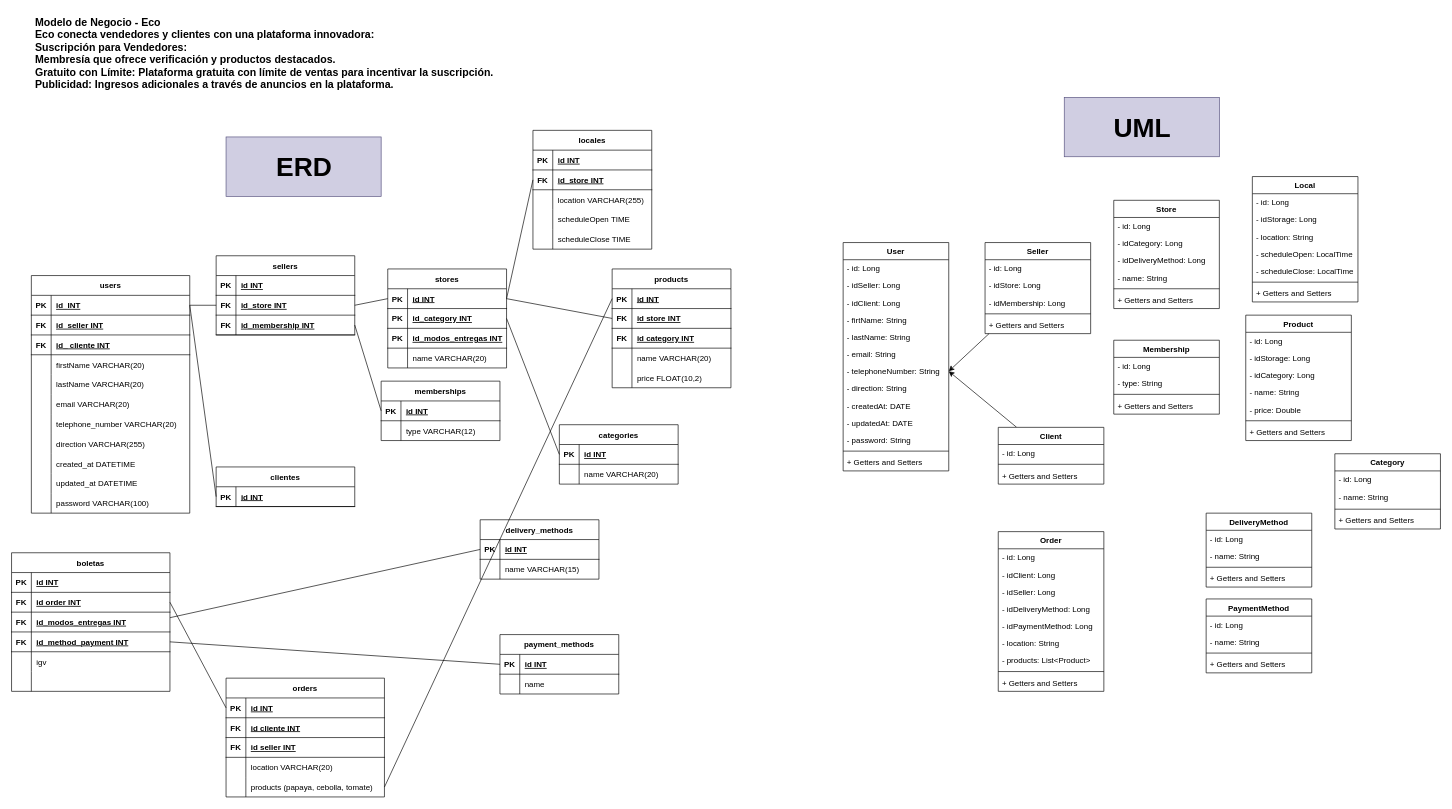
m1gu3l-d3v/marketplace keeps this draw.io diagram as Main.drawio. Above is the earlier version. Source tidied: cells renumbered, new cells numbered last; positions are measured from the earlier drawing's top-left corner, leaving out a move shared by most shapes. Both pictures are drawn from the tidied source at 66%, with x=0, y=0 at pixel (11, 11).
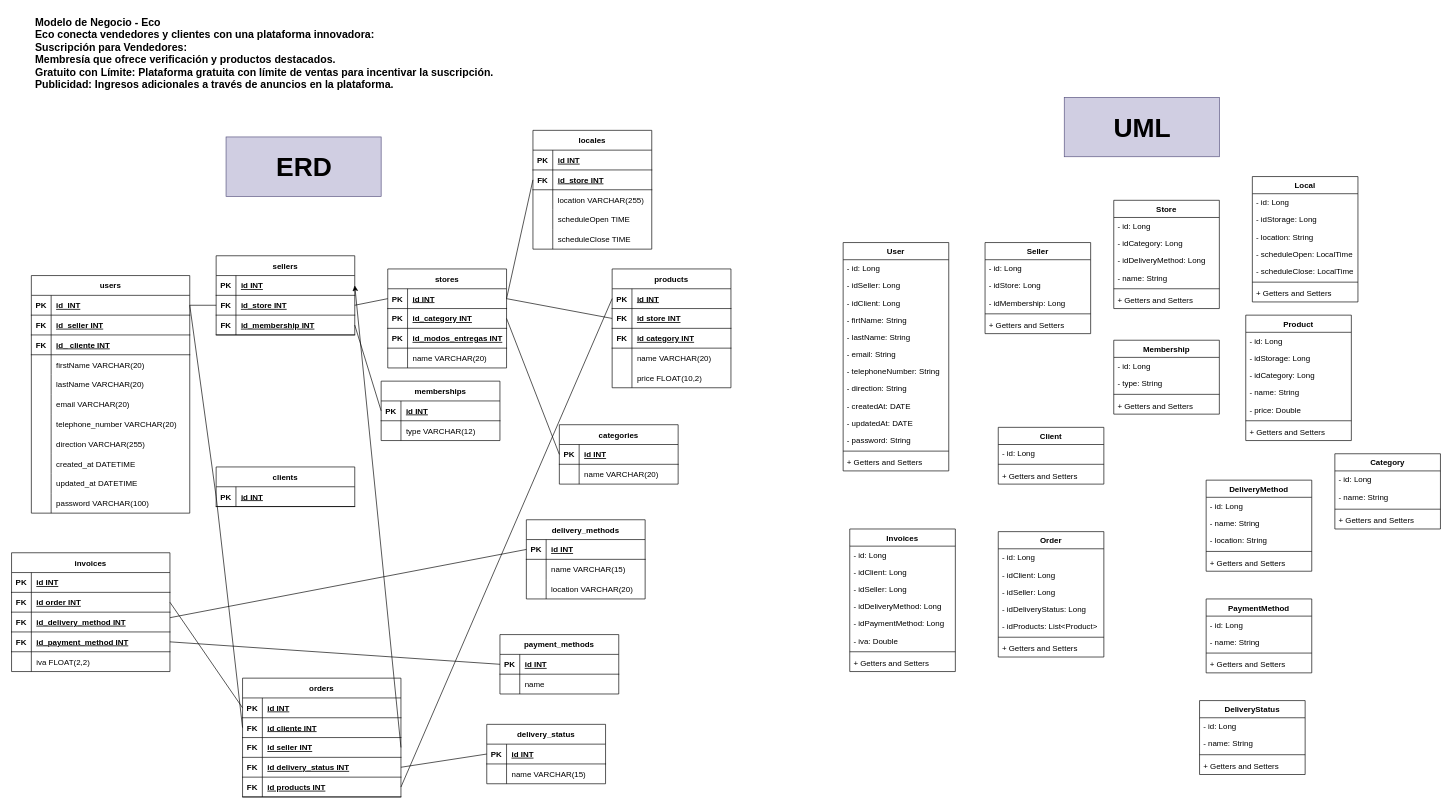
Above is the later version.

Commit message:
Change ERD adn UML

The change refers to these unchanged cells:
```xml
<mxCell id="38" style="shape=tableRow;horizontal=0;startSize=0;swimlaneHead=0;swimlaneBody=0;fillColor=none;points=[[0,0.5],[1,0.5]];portConstraint=eastwest;top=0;left=0;right=0;bottom=1;" parent="37" vertex="1">
  <mxGeometry y="30" width="210" height="30" as="geometry" />
</mxCell>
<mxCell id="48" style="shape=tableRow;horizontal=0;startSize=0;swimlaneHead=0;swimlaneBody=0;fillColor=none;points=[[0,0.5],[1,0.5]];portConstraint=eastwest;top=0;left=0;right=0;bottom=1;" parent="47" vertex="1">
  <mxGeometry y="30" width="180" height="30" as="geometry" />
</mxCell>
<mxCell id="84" style="shape=tableRow;horizontal=0;startSize=0;swimlaneHead=0;swimlaneBody=0;fillColor=none;points=[[0,0.5],[1,0.5]];portConstraint=eastwest;top=0;left=0;right=0;bottom=1;" parent="83" vertex="1">
  <mxGeometry y="30" width="210" height="30" as="geometry" />
</mxCell>
<mxCell id="121" style="shape=tableRow;horizontal=0;startSize=0;swimlaneHead=0;swimlaneBody=0;fillColor=none;points=[[0,0.5],[1,0.5]];portConstraint=eastwest;top=0;left=0;right=0;bottom=1;" parent="117" vertex="1">
  <mxGeometry y="60" width="240" height="30" as="geometry" />
</mxCell>
<mxCell id="124" style="shape=tableRow;horizontal=0;startSize=0;swimlaneHead=0;swimlaneBody=0;fillColor=none;points=[[0,0.5],[1,0.5]];portConstraint=eastwest;top=0;left=0;right=0;bottom=1;" parent="117" vertex="1">
  <mxGeometry y="90" width="240" height="30" as="geometry" />
</mxCell>
<mxCell id="156" value="- telephoneNumber: String" style="text;strokeColor=none;fillColor=none;align=left;verticalAlign=top;spacingLeft=4;spacingRight=4;overflow=hidden;points=[[0,0.5],[1,0.5]];portConstraint=eastwest;" parent="149" vertex="1">
  <mxGeometry y="182" width="160" height="26" as="geometry" />
</mxCell>
<mxCell id="164" value="Seller" style="swimlane;fontStyle=1;align=center;verticalAlign=top;horizontal=1;startSize=26;" parent="1" vertex="1">
  <mxGeometry x="1475" y="350" width="160" height="138" as="geometry" />
</mxCell>
<mxCell id="204" value="Client" style="swimlane;fontStyle=1;align=center;verticalAlign=top;horizontal=1;startSize=26;" parent="1" vertex="1">
  <mxGeometry x="1495" y="630" width="160" height="86" as="geometry" />
</mxCell>
<mxCell id="238" style="shape=tableRow;horizontal=0;startSize=0;swimlaneHead=0;swimlaneBody=0;fillColor=none;points=[[0,0.5],[1,0.5]];portConstraint=eastwest;top=0;left=0;right=0;bottom=1;" parent="231" vertex="1">
  <mxGeometry y="90" width="240" height="30" as="geometry" />
</mxCell>
<mxCell id="241" style="shape=tableRow;horizontal=0;startSize=0;swimlaneHead=0;swimlaneBody=0;fillColor=none;points=[[0,0.5],[1,0.5]];portConstraint=eastwest;top=0;left=0;right=0;bottom=1;" parent="231" vertex="1">
  <mxGeometry y="120" width="240" height="30" as="geometry" />
</mxCell>
<mxCell id="244" style="shape=tableRow;horizontal=0;startSize=0;swimlaneHead=0;swimlaneBody=0;fillColor=none;top=0;left=0;right=0;bottom=0;" parent="231" vertex="1">
  <mxGeometry y="150" width="240" height="30" as="geometry" />
</mxCell>
```

Change to the diagram source:
```diff
@@
-    <mxCell id="83" value="clientes" style="shape=table;startSize=30;childLayout=tableLayout;rowLines=0;fontStyle=1;align=center;" parent="1" vertex="1">
+    <mxCell id="83" value="clients" style="shape=table;startSize=30;childLayout=tableLayout;rowLines=0;fontStyle=1;align=center;" parent="1" vertex="1">
       <mxGeometry x="310" y="690" width="210" height="60" as="geometry" />
     </mxCell>
@@
     <mxCell id="117" value="orders" style="shape=table;startSize=30;childLayout=tableLayout;rowLines=0;fontStyle=1;align=center;" parent="1" vertex="1">
-      <mxGeometry x="325" y="1010" width="240" height="180" as="geometry" />
+      <mxGeometry x="350" y="1010" width="240" height="180" as="geometry" />
     </mxCell>
@@
-    <mxCell id="127" style="shape=tableRow;horizontal=0;startSize=0;swimlaneHead=0;swimlaneBody=0;fillColor=none;top=0;left=0;right=0;bottom=0;" parent="117" vertex="1">
-      <mxGeometry y="120" width="240" height="30" as="geometry" />
-    </mxCell>
-    <mxCell id="128" style="shape=partialRectangle;fillColor=none;top=0;left=0;bottom=0;right=0;overflow=hidden;" parent="127" vertex="1">
-      <mxGeometry width="30" height="30" as="geometry" />
-    </mxCell>
-    <mxCell id="129" value="location VARCHAR(20)" style="shape=partialRectangle;fillColor=none;top=0;left=0;bottom=0;right=0;align=left;spacingLeft=6;overflow=hidden;" parent="127" vertex="1">
-      <mxGeometry x="30" width="210" height="30" as="geometry" />
-    </mxCell>
-    <mxCell id="130" style="shape=tableRow;horizontal=0;startSize=0;swimlaneHead=0;swimlaneBody=0;fillColor=none;points=[[0,0.5],[1,0.5]];portConstraint=eastwest;top=0;left=0;right=0;bottom=0;" parent="117" vertex="1">
-      <mxGeometry y="150" width="240" height="30" as="geometry" />
-    </mxCell>
-    <mxCell id="131" style="shape=partialRectangle;fillColor=none;top=0;left=0;bottom=0;right=0;overflow=hidden;" parent="130" vertex="1">
-      <mxGeometry width="30" height="30" as="geometry" />
-    </mxCell>
-    <mxCell id="132" value="products (papaya, cebolla, tomate)" style="shape=partialRectangle;fillColor=none;top=0;left=0;bottom=0;right=0;align=left;spacingLeft=6;overflow=hidden;" parent="130" vertex="1">
-      <mxGeometry x="30" width="210" height="30" as="geometry" />
-    </mxCell>
+    <mxCell id="251" style="shape=tableRow;horizontal=0;startSize=0;swimlaneHead=0;swimlaneBody=0;fillColor=none;points=[[0,0.5],[1,0.5]];portConstraint=eastwest;top=0;left=0;right=0;bottom=1;" parent="117" vertex="1">
+      <mxGeometry y="120" width="240" height="30" as="geometry" />
+    </mxCell>
+    <mxCell id="252" value="FK" style="shape=partialRectangle;fillColor=none;top=0;left=0;bottom=0;right=0;fontStyle=1;overflow=hidden;" parent="251" vertex="1">
+      <mxGeometry width="30" height="30" as="geometry" />
+    </mxCell>
+    <mxCell id="253" value="id delivery_status INT" style="shape=partialRectangle;fillColor=none;top=0;left=0;bottom=0;right=0;align=left;spacingLeft=6;fontStyle=5;overflow=hidden;" parent="251" vertex="1">
+      <mxGeometry x="30" width="210" height="30" as="geometry" />
+    </mxCell>
+    <mxCell id="254" style="shape=tableRow;horizontal=0;startSize=0;swimlaneHead=0;swimlaneBody=0;fillColor=none;points=[[0,0.5],[1,0.5]];portConstraint=eastwest;top=0;left=0;right=0;bottom=1;" parent="117" vertex="1">
+      <mxGeometry y="150" width="240" height="30" as="geometry" />
+    </mxCell>
+    <mxCell id="255" value="FK" style="shape=partialRectangle;fillColor=none;top=0;left=0;bottom=0;right=0;fontStyle=1;overflow=hidden;" parent="254" vertex="1">
+      <mxGeometry width="30" height="30" as="geometry" />
+    </mxCell>
+    <mxCell id="256" value="id products INT" style="shape=partialRectangle;fillColor=none;top=0;left=0;bottom=0;right=0;align=left;spacingLeft=6;fontStyle=5;overflow=hidden;" parent="254" vertex="1">
+      <mxGeometry x="30" width="210" height="30" as="geometry" />
+    </mxCell>
     <mxCell id="133" value="delivery_methods" style="shape=table;startSize=30;childLayout=tableLayout;rowLines=0;fontStyle=1;align=center;" parent="1" vertex="1">
-      <mxGeometry x="710" y="770" width="180" height="90" as="geometry" />
+      <mxGeometry x="780" y="770" width="180" height="120" as="geometry" />
     </mxCell>
@@
+    <mxCell id="127" style="shape=tableRow;horizontal=0;startSize=0;swimlaneHead=0;swimlaneBody=0;fillColor=none;top=0;left=0;right=0;bottom=0;" parent="133" vertex="1">
+      <mxGeometry y="90" width="180" height="30" as="geometry" />
+    </mxCell>
+    <mxCell id="128" style="shape=partialRectangle;fillColor=none;top=0;left=0;bottom=0;right=0;overflow=hidden;" parent="127" vertex="1">
+      <mxGeometry width="30" height="30" as="geometry" />
+    </mxCell>
+    <mxCell id="129" value="location VARCHAR(20)" style="shape=partialRectangle;fillColor=none;top=0;left=0;bottom=0;right=0;align=left;spacingLeft=6;overflow=hidden;" parent="127" vertex="1">
+      <mxGeometry x="30" width="150" height="30" as="geometry" />
+    </mxCell>
@@
-    <mxCell id="163" style="edgeStyle=none;html=1;entryX=1;entryY=0.5;entryDx=0;entryDy=0;" parent="1" edge="1" source="164" target="156">
-      <mxGeometry relative="1" as="geometry" />
-    </mxCell>
@@
-    <mxCell id="203" style="edgeStyle=none;html=1;entryX=1;entryY=0.5;entryDx=0;entryDy=0;" parent="1" edge="1" source="204" target="156">
-      <mxGeometry relative="1" as="geometry" />
-    </mxCell>
@@
     <mxCell id="208" value="Order" style="swimlane;fontStyle=1;align=center;verticalAlign=top;horizontal=1;startSize=26;" parent="1" vertex="1">
-      <mxGeometry x="1495" y="788" width="160" height="242" as="geometry" />
+      <mxGeometry x="1495" y="788" width="160" height="190" as="geometry" />
     </mxCell>
@@
-    <mxCell id="212" value="- idDeliveryMethod: Long" style="text;strokeColor=none;fillColor=none;align=left;verticalAlign=top;spacingLeft=4;spacingRight=4;overflow=hidden;" parent="208" vertex="1">
+    <mxCell id="212" value="- idDeliveryStatus: Long" style="text;strokeColor=none;fillColor=none;align=left;verticalAlign=top;spacingLeft=4;spacingRight=4;overflow=hidden;" parent="208" vertex="1">
       <mxGeometry y="104" width="160" height="26" as="geometry" />
     </mxCell>
-    <mxCell id="213" value="- idPaymentMethod: Long" style="text;strokeColor=none;fillColor=none;align=left;verticalAlign=top;spacingLeft=4;spacingRight=4;overflow=hidden;" parent="208" vertex="1">
-      <mxGeometry y="130" width="160" height="26" as="geometry" />
-    </mxCell>
-    <mxCell id="214" value="- location: String" style="text;strokeColor=none;fillColor=none;align=left;verticalAlign=top;spacingLeft=4;spacingRight=4;overflow=hidden;" parent="208" vertex="1">
-      <mxGeometry y="156" width="160" height="26" as="geometry" />
-    </mxCell>
-    <mxCell id="215" value="- products: List&lt;Product&gt;" style="text;strokeColor=none;fillColor=none;align=left;verticalAlign=top;spacingLeft=4;spacingRight=4;overflow=hidden;" parent="208" vertex="1">
-      <mxGeometry y="182" width="160" height="26" as="geometry" />
-    </mxCell>
+    <mxCell id="257" value="- idProducts: List&lt;Product&gt;" style="text;strokeColor=none;fillColor=none;align=left;verticalAlign=top;spacingLeft=4;spacingRight=4;overflow=hidden;" parent="208" vertex="1">
+      <mxGeometry y="130" width="160" height="26" as="geometry" />
+    </mxCell>
     <mxCell id="216" style="line;strokeWidth=1;fillColor=none;align=left;verticalAlign=middle;spacingTop=-1;spacingLeft=3;spacingRight=3;labelPosition=right;strokeColor=inherit;" parent="208" vertex="1">
-      <mxGeometry y="208" width="160" height="8" as="geometry" />
+      <mxGeometry y="156" width="160" height="8" as="geometry" />
     </mxCell>
     <mxCell id="217" value="+ Getters and Setters" style="text;strokeColor=none;fillColor=none;align=left;verticalAlign=top;spacingLeft=4;spacingRight=4;overflow=hidden;" parent="208" vertex="1">
-      <mxGeometry y="216" width="160" height="26" as="geometry" />
+      <mxGeometry y="164" width="160" height="26" as="geometry" />
     </mxCell>
     <mxCell id="218" value="DeliveryMethod" style="swimlane;fontStyle=1;align=center;verticalAlign=top;horizontal=1;startSize=26;" parent="1" vertex="1">
-      <mxGeometry x="1810" y="760" width="160" height="112" as="geometry" />
+      <mxGeometry x="1810" y="710" width="160" height="138" as="geometry" />
     </mxCell>
@@
+    <mxCell id="214" value="- location: String" style="text;strokeColor=none;fillColor=none;align=left;verticalAlign=top;spacingLeft=4;spacingRight=4;overflow=hidden;" parent="218" vertex="1">
+      <mxGeometry y="78" width="160" height="26" as="geometry" />
+    </mxCell>
     <mxCell id="221" style="line;strokeWidth=1;fillColor=none;align=left;verticalAlign=middle;spacingTop=-1;spacingLeft=3;spacingRight=3;labelPosition=right;strokeColor=inherit;" parent="218" vertex="1">
-      <mxGeometry y="78" width="160" height="8" as="geometry" />
+      <mxGeometry y="104" width="160" height="8" as="geometry" />
     </mxCell>
     <mxCell id="222" value="+ Getters and Setters" style="text;strokeColor=none;fillColor=none;align=left;verticalAlign=top;spacingLeft=4;spacingRight=4;overflow=hidden;" parent="218" vertex="1">
-      <mxGeometry y="86" width="160" height="26" as="geometry" />
+      <mxGeometry y="112" width="160" height="26" as="geometry" />
     </mxCell>
@@
-    <mxCell id="230" style="endArrow=none;html=1;entryX=0;entryY=0.5;entryDx=0;entryDy=0;exitX=1;exitY=0.5;exitDx=0;exitDy=0;" parent="1" edge="1" source="130" target="48">
+    <mxCell id="230" style="endArrow=none;html=1;entryX=0;entryY=0.5;entryDx=0;entryDy=0;exitX=1;exitY=0.5;exitDx=0;exitDy=0;" parent="1" edge="1" source="254" target="48">
       <mxGeometry relative="1" as="geometry" />
     </mxCell>
-    <mxCell id="231" value="boletas" style="shape=table;startSize=30;childLayout=tableLayout;rowLines=0;fontStyle=1;align=center;" parent="1" vertex="1">
-      <mxGeometry y="820" width="240" height="210" as="geometry" />
+    <mxCell id="231" value="invoices" style="shape=table;startSize=30;childLayout=tableLayout;rowLines=0;fontStyle=1;align=center;" parent="1" vertex="1">
+      <mxGeometry y="820" width="240" height="180" as="geometry" />
     </mxCell>
@@
-    <mxCell id="240" value="id_modos_entregas INT" style="shape=partialRectangle;fillColor=none;top=0;left=0;bottom=0;right=0;align=left;spacingLeft=6;fontStyle=5;overflow=hidden;" parent="238" vertex="1">
+    <mxCell id="240" value="id_delivery_method INT" style="shape=partialRectangle;fillColor=none;top=0;left=0;bottom=0;right=0;align=left;spacingLeft=6;fontStyle=5;overflow=hidden;" parent="238" vertex="1">
       <mxGeometry x="30" width="210" height="30" as="geometry" />
     </mxCell>
@@
-    <mxCell id="243" value="id_method_payment INT" style="shape=partialRectangle;fillColor=none;top=0;left=0;bottom=0;right=0;align=left;spacingLeft=6;fontStyle=5;overflow=hidden;" parent="241" vertex="1">
+    <mxCell id="243" value="id_payment_method INT" style="shape=partialRectangle;fillColor=none;top=0;left=0;bottom=0;right=0;align=left;spacingLeft=6;fontStyle=5;overflow=hidden;" parent="241" vertex="1">
       <mxGeometry x="30" width="210" height="30" as="geometry" />
     </mxCell>
@@
-    <mxCell id="246" value="igv" style="shape=partialRectangle;fillColor=none;top=0;left=0;bottom=0;right=0;align=left;spacingLeft=6;overflow=hidden;" parent="244" vertex="1">
+    <mxCell id="246" value="iva FLOAT(2,2)" style="shape=partialRectangle;fillColor=none;top=0;left=0;bottom=0;right=0;align=left;spacingLeft=6;overflow=hidden;" parent="244" vertex="1">
       <mxGeometry x="30" width="210" height="30" as="geometry" />
     </mxCell>
-    <mxCell id="247" style="shape=tableRow;horizontal=0;startSize=0;swimlaneHead=0;swimlaneBody=0;fillColor=none;top=0;left=0;right=0;bottom=0;" parent="231" vertex="1">
-      <mxGeometry y="180" width="240" height="30" as="geometry" />
-    </mxCell>
-    <mxCell id="248" style="shape=partialRectangle;fillColor=none;top=0;left=0;bottom=0;right=0;overflow=hidden;" parent="247" vertex="1">
-      <mxGeometry width="30" height="30" as="geometry" />
-    </mxCell>
-    <mxCell id="249" style="shape=partialRectangle;fillColor=none;top=0;left=0;bottom=0;right=0;align=left;spacingLeft=6;overflow=hidden;" parent="247" vertex="1">
-      <mxGeometry x="30" width="210" height="30" as="geometry" />
-    </mxCell>
@@
+    <mxCell id="258" value="delivery_status" style="shape=table;startSize=30;childLayout=tableLayout;rowLines=0;fontStyle=1;align=center;" parent="1" vertex="1">
+      <mxGeometry x="720" y="1080" width="180" height="90" as="geometry" />
+    </mxCell>
+    <mxCell id="259" style="shape=tableRow;horizontal=0;startSize=0;swimlaneHead=0;swimlaneBody=0;fillColor=none;points=[[0,0.5],[1,0.5]];portConstraint=eastwest;top=0;left=0;right=0;bottom=1;" parent="258" vertex="1">
+      <mxGeometry y="30" width="180" height="30" as="geometry" />
+    </mxCell>
+    <mxCell id="260" value="PK" style="shape=partialRectangle;fillColor=none;top=0;left=0;bottom=0;right=0;fontStyle=1;overflow=hidden;" parent="259" vertex="1">
+      <mxGeometry width="30" height="30" as="geometry" />
+    </mxCell>
+    <mxCell id="261" value="id INT" style="shape=partialRectangle;fillColor=none;top=0;left=0;bottom=0;right=0;align=left;spacingLeft=6;fontStyle=5;overflow=hidden;" parent="259" vertex="1">
+      <mxGeometry x="30" width="150" height="30" as="geometry" />
+    </mxCell>
+    <mxCell id="262" style="shape=tableRow;horizontal=0;startSize=0;swimlaneHead=0;swimlaneBody=0;fillColor=none;top=0;left=0;right=0;bottom=0;" parent="258" vertex="1">
+      <mxGeometry y="60" width="180" height="30" as="geometry" />
+    </mxCell>
+    <mxCell id="263" style="shape=partialRectangle;fillColor=none;top=0;left=0;bottom=0;right=0;overflow=hidden;" parent="262" vertex="1">
+      <mxGeometry width="30" height="30" as="geometry" />
+    </mxCell>
+    <mxCell id="264" value="name VARCHAR(15)" style="shape=partialRectangle;fillColor=none;top=0;left=0;bottom=0;right=0;align=left;spacingLeft=6;overflow=hidden;" parent="262" vertex="1">
+      <mxGeometry x="30" width="150" height="30" as="geometry" />
+    </mxCell>
+    <mxCell id="265" style="endArrow=none;html=1;exitX=1;exitY=0.5;exitDx=0;exitDy=0;entryX=0;entryY=0.5;entryDx=0;entryDy=0;" parent="1" edge="1" source="251" target="259">
+      <mxGeometry relative="1" as="geometry" />
+    </mxCell>
+    <mxCell id="266" value="DeliveryStatus" style="swimlane;fontStyle=1;align=center;verticalAlign=top;horizontal=1;startSize=26;" parent="1" vertex="1">
+      <mxGeometry x="1800" y="1044" width="160" height="112" as="geometry" />
+    </mxCell>
+    <mxCell id="267" value="- id: Long" style="text;strokeColor=none;fillColor=none;align=left;verticalAlign=top;spacingLeft=4;spacingRight=4;overflow=hidden;" parent="266" vertex="1">
+      <mxGeometry y="26" width="160" height="26" as="geometry" />
+    </mxCell>
+    <mxCell id="268" value="- name: String" style="text;strokeColor=none;fillColor=none;align=left;verticalAlign=top;spacingLeft=4;spacingRight=4;overflow=hidden;" parent="266" vertex="1">
+      <mxGeometry y="52" width="160" height="26" as="geometry" />
+    </mxCell>
+    <mxCell id="269" style="line;strokeWidth=1;fillColor=none;align=left;verticalAlign=middle;spacingTop=-1;spacingLeft=3;spacingRight=3;labelPosition=right;strokeColor=inherit;" parent="266" vertex="1">
+      <mxGeometry y="78" width="160" height="8" as="geometry" />
+    </mxCell>
+    <mxCell id="270" value="+ Getters and Setters" style="text;strokeColor=none;fillColor=none;align=left;verticalAlign=top;spacingLeft=4;spacingRight=4;overflow=hidden;" parent="266" vertex="1">
+      <mxGeometry y="86" width="160" height="26" as="geometry" />
+    </mxCell>
+    <mxCell id="271" value="Invoices" style="swimlane;fontStyle=1;align=center;verticalAlign=top;horizontal=1;startSize=26;" parent="1" vertex="1">
+      <mxGeometry x="1270" y="784" width="160" height="216" as="geometry" />
+    </mxCell>
+    <mxCell id="272" value="- id: Long" style="text;strokeColor=none;fillColor=none;align=left;verticalAlign=top;spacingLeft=4;spacingRight=4;overflow=hidden;" parent="271" vertex="1">
+      <mxGeometry y="26" width="160" height="26" as="geometry" />
+    </mxCell>
+    <mxCell id="273" value="- idClient: Long" style="text;strokeColor=none;fillColor=none;align=left;verticalAlign=top;spacingLeft=4;spacingRight=4;overflow=hidden;" parent="271" vertex="1">
+      <mxGeometry y="52" width="160" height="26" as="geometry" />
+    </mxCell>
+    <mxCell id="274" value="- idSeller: Long" style="text;strokeColor=none;fillColor=none;align=left;verticalAlign=top;spacingLeft=4;spacingRight=4;overflow=hidden;" parent="271" vertex="1">
+      <mxGeometry y="78" width="160" height="26" as="geometry" />
+    </mxCell>
+    <mxCell id="275" value="- idDeliveryMethod: Long" style="text;strokeColor=none;fillColor=none;align=left;verticalAlign=top;spacingLeft=4;spacingRight=4;overflow=hidden;" parent="271" vertex="1">
+      <mxGeometry y="104" width="160" height="26" as="geometry" />
+    </mxCell>
+    <mxCell id="213" value="- idPaymentMethod: Long" style="text;strokeColor=none;fillColor=none;align=left;verticalAlign=top;spacingLeft=4;spacingRight=4;overflow=hidden;" parent="271" vertex="1">
+      <mxGeometry y="130" width="160" height="26" as="geometry" />
+    </mxCell>
+    <mxCell id="276" value="- iva: Double" style="text;strokeColor=none;fillColor=none;align=left;verticalAlign=top;spacingLeft=4;spacingRight=4;overflow=hidden;" parent="271" vertex="1">
+      <mxGeometry y="156" width="160" height="26" as="geometry" />
+    </mxCell>
+    <mxCell id="277" style="line;strokeWidth=1;fillColor=none;align=left;verticalAlign=middle;spacingTop=-1;spacingLeft=3;spacingRight=3;labelPosition=right;strokeColor=inherit;" parent="271" vertex="1">
+      <mxGeometry y="182" width="160" height="8" as="geometry" />
+    </mxCell>
+    <mxCell id="278" value="+ Getters and Setters" style="text;strokeColor=none;fillColor=none;align=left;verticalAlign=top;spacingLeft=4;spacingRight=4;overflow=hidden;" parent="271" vertex="1">
+      <mxGeometry y="190" width="160" height="26" as="geometry" />
+    </mxCell>
+    <mxCell id="279" style="edgeStyle=none;html=1;exitX=1;exitY=0.5;exitDx=0;exitDy=0;entryX=1;entryY=0.5;entryDx=0;entryDy=0;" parent="1" edge="1" source="124" target="38">
+      <mxGeometry relative="1" as="geometry" />
+    </mxCell>
+    <mxCell id="280" style="endArrow=none;html=1;exitX=0;exitY=0.5;exitDx=0;exitDy=0;entryX=0;entryY=0.5;entryDx=0;entryDy=0;" parent="1" edge="1" source="84" target="121">
+      <mxGeometry relative="1" as="geometry" />
+    </mxCell>
```
